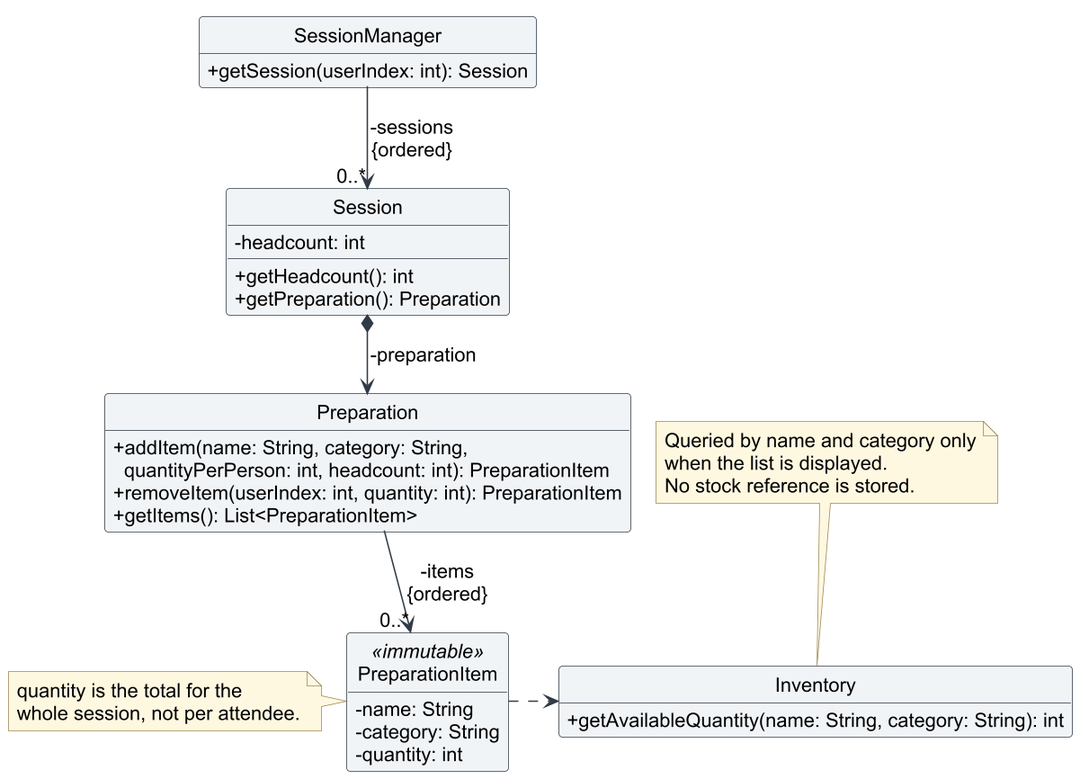
Above: docs/images/preparation-class.png in AY2627S1-CS2113-T11-3/tp (PlantUML), before the change. Source of this version:
```plantuml
@startuml
!pragma layout smetana
!include loan-style.puml
hide circle
hide empty members
top to bottom direction
skinparam nodesep 45
skinparam ranksep 55

class SessionManager {
    +getSession(userIndex: int): Session
}

class Session {
    -headcount: int
    +getHeadcount(): int
    +getPreparation(): Preparation
}

class Preparation {
    +addItem(name: String, category: String,\n  quantityPerPerson: int, headcount: int): PreparationItem
    +removeItem(userIndex: int, quantity: int): PreparationItem
    +getItems(): List<PreparationItem>
}

class PreparationItem <<immutable>> {
    -name: String
    -category: String
    -quantity: int
}

class Inventory {
    +getAvailableQuantity(name: String, category: String): int
}

SessionManager -down-> "0..*" Session : -sessions\n{ordered}
Session *-down-> Preparation : -preparation
Preparation -down-> "0..*" PreparationItem : -items\n{ordered}
PreparationItem .right.> Inventory

note left of PreparationItem
  quantity is the total for the
  whole session, not per attendee.
end note

note top of Inventory
  Queried by name and category only
  when the list is displayed.
  No stock reference is stored.
end note
@enduml
```
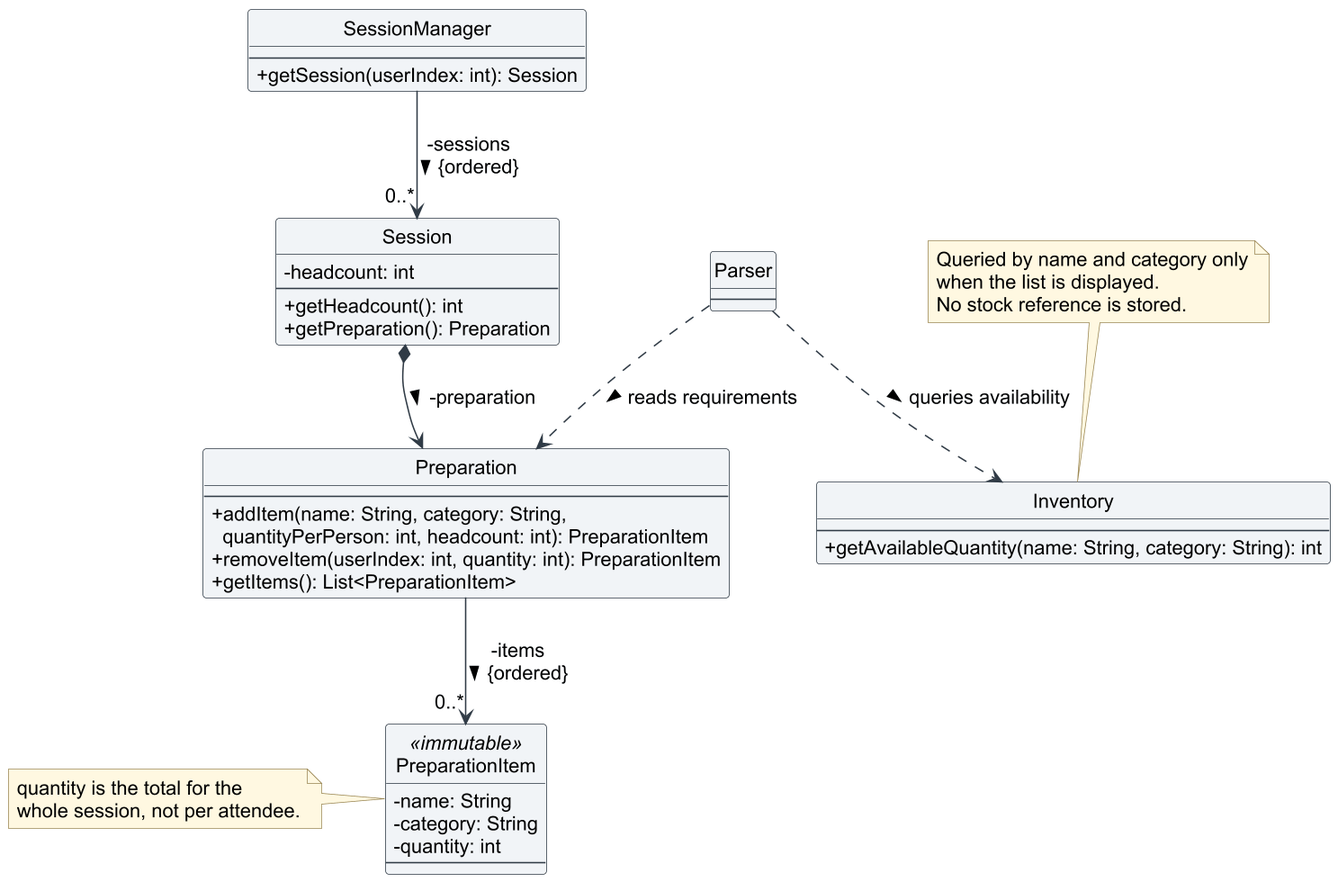
After the change.

Diff of the diagram source:
```diff
@@ -1,42 +1,49 @@
 @startuml
-!pragma layout smetana
 !include loan-style.puml
 hide circle
-hide empty members
 top to bottom direction
 skinparam nodesep 45
 skinparam ranksep 55
 
 class SessionManager {
-    +getSession(userIndex: int): Session
+    --
+    {field} +getSession(userIndex: int): Session
 }
 
 class Session {
-    -headcount: int
-    +getHeadcount(): int
-    +getPreparation(): Preparation
+    {field} -headcount: int
+    --
+    {field} +getHeadcount(): int
+    {field} +getPreparation(): Preparation
 }
 
 class Preparation {
-    +addItem(name: String, category: String,\n  quantityPerPerson: int, headcount: int): PreparationItem
-    +removeItem(userIndex: int, quantity: int): PreparationItem
-    +getItems(): List<PreparationItem>
+    --
+    {field} +addItem(name: String, category: String,\n  quantityPerPerson: int, headcount: int): PreparationItem
+    {field} +removeItem(userIndex: int, quantity: int): PreparationItem
+    {field} +getItems(): List<PreparationItem>
 }
 
 class PreparationItem <<immutable>> {
-    -name: String
-    -category: String
-    -quantity: int
+    {field} -name: String
+    {field} -category: String
+    {field} -quantity: int
+    --
 }
 
 class Inventory {
-    +getAvailableQuantity(name: String, category: String): int
+    --
+    {field} +getAvailableQuantity(name: String, category: String): int
 }
 
-SessionManager -down-> "0..*" Session : -sessions\n{ordered}
-Session *-down-> Preparation : -preparation
-Preparation -down-> "0..*" PreparationItem : -items\n{ordered}
-PreparationItem .right.> Inventory
+SessionManager -down-> "0..*" Session : -sessions\n{ordered} >
+Session *-down-> Preparation : -preparation >
+Preparation -down-> "0..*" PreparationItem : -items\n{ordered} >
+Parser ..> Inventory : queries availability >
+Parser ..> Preparation : reads requirements >
+class Parser {
+    --
+}
 
 note left of PreparationItem
   quantity is the total for the
```
